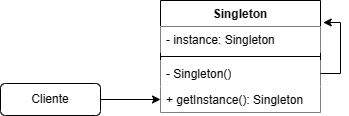
Before: padroes-de-projetos/Singleton/UML/SingletonUML.png, a diagram exported from draw.io (MurilowJr/bertoti). Source tidied: cells renumbered, new cells last; positions are measured from the earlier drawing's top-left corner, leaving out a move shared by most shapes.
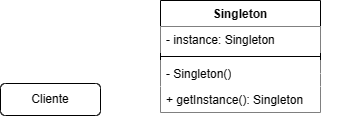
The same diagram one commit later.

Change to the diagram source:
```diff
@@ -17,10 +17,10 @@
     <mxCell id="6" value="+ getInstance(): Singleton" style="text;strokeColor=none;fillColor=default;align=left;verticalAlign=top;spacingLeft=4;spacingRight=4;overflow=hidden;points=[[0,0.5],[1,0.5]];portConstraint=eastwest;whiteSpace=wrap;html=1;" parent="2" vertex="1">
       <mxGeometry y="86" width="160" height="26" as="geometry" />
     </mxCell>
-    <mxCell id="7" style="edgeStyle=orthogonalEdgeStyle;rounded=0;jettySize=auto;html=1;exitX=1;exitY=0.5;exitDx=0;exitDy=0;entryX=1.017;entryY=-0.154;entryDx=0;entryDy=0;entryPerimeter=0;" parent="2" edge="1" source="5" target="3">
+    <mxCell id="7" style="edgeStyle=orthogonalEdgeStyle;jettySize=auto;html=1;exitX=1;exitY=0.5;exitDx=0;exitDy=0;entryX=1.017;entryY=-0.154;entryDx=0;entryDy=0;entryPerimeter=0;rounded=0;strokeColor=#ffffff;" parent="2" edge="1" source="5" target="3">
       <mxGeometry relative="1" as="geometry" />
     </mxCell>
-    <mxCell id="8" style="edgeStyle=orthogonalEdgeStyle;rounded=0;jettySize=auto;html=1;exitX=1;exitY=0.5;exitDx=0;exitDy=0;entryX=0;entryY=0.5;entryDx=0;entryDy=0;" parent="1" edge="1" source="9" target="6">
+    <mxCell id="8" style="edgeStyle=orthogonalEdgeStyle;rounded=0;jettySize=auto;html=1;exitX=1;exitY=0.5;exitDx=0;exitDy=0;entryX=0;entryY=0.5;entryDx=0;entryDy=0;strokeColor=#ffffff;" parent="1" edge="1" source="9" target="6">
       <mxGeometry relative="1" as="geometry" />
     </mxCell>
     <mxCell id="9" value="Cliente" style="rounded=1;whiteSpace=wrap;html=1;" parent="1" vertex="1">
```
